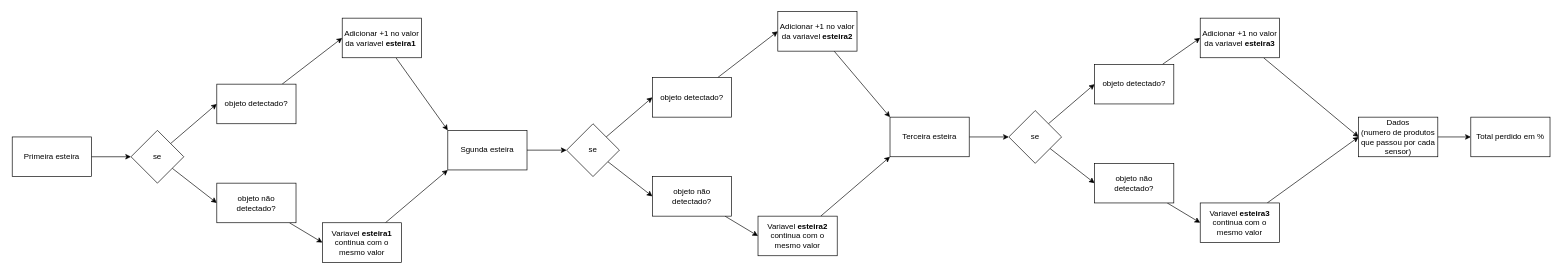
The draw.io diagram fluxograma/flux.drawio in othonkayque/controle-de-producao, before the edit. Source tidied: cells renumbered, new cells numbered last; positions are measured from the earlier drawing's top-left corner, leaving out a move shared by most shapes. Both pictures are drawn from the tidied source at 66%, with x=0, y=0 at pixel (12, 11).
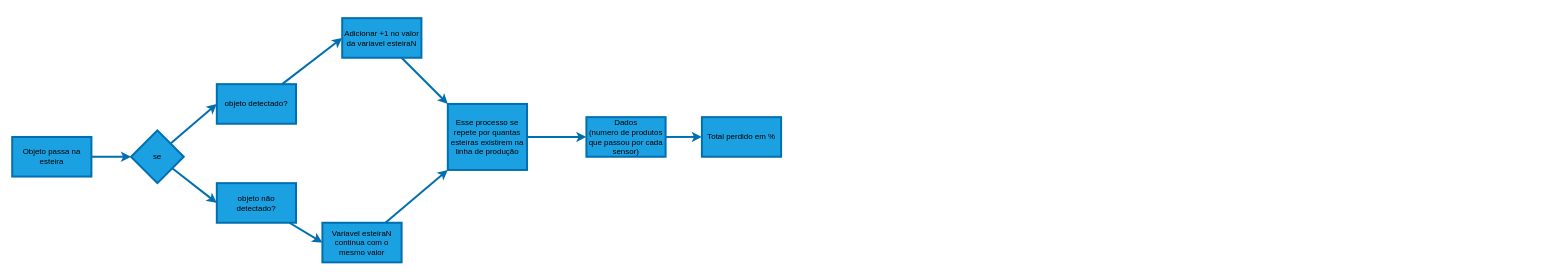
The same diagram, later.

The edit, as a diff of the source:
```diff
@@
-    <mxCell id="2" style="edgeStyle=none;html=1;entryX=0;entryY=0.5;entryDx=0;entryDy=0;rounded=0;" parent="1" edge="1" source="3" target="6">
+    <mxCell id="2" style="edgeStyle=none;entryX=0;entryY=0.5;entryDx=0;entryDy=0;rounded=0;strokeWidth=3;fillColor=#1ba1e2;strokeColor=#006EAF;textShadow=0;labelBorderColor=none;labelBackgroundColor=none;fontColor=default;html=1;" parent="1" edge="1" source="3" target="6">
       <mxGeometry relative="1" as="geometry" />
     </mxCell>
-    <mxCell id="3" value="Primeira esteira" style="whiteSpace=wrap;html=1;rounded=0;" parent="1" vertex="1">
+    <mxCell id="3" value="Objeto passa na esteira" style="rounded=0;strokeWidth=3;fillColor=#1ba1e2;strokeColor=#006EAF;fontColor=default;textShadow=0;labelBorderColor=none;labelBackgroundColor=none;whiteSpace=wrap;html=1;" parent="1" vertex="1">
       <mxGeometry y="190" width="120" height="60" as="geometry" />
     </mxCell>
-    <mxCell id="4" style="edgeStyle=none;html=1;entryX=0;entryY=0.5;entryDx=0;entryDy=0;rounded=0;" parent="1" edge="1" source="6" target="10">
+    <mxCell id="4" style="edgeStyle=none;entryX=0;entryY=0.5;entryDx=0;entryDy=0;rounded=0;strokeWidth=3;fillColor=#1ba1e2;strokeColor=#006EAF;textShadow=0;labelBorderColor=none;labelBackgroundColor=none;fontColor=default;html=1;" parent="1" edge="1" source="6" target="10">
       <mxGeometry relative="1" as="geometry" />
     </mxCell>
-    <mxCell id="5" style="edgeStyle=none;html=1;exitX=1;exitY=0;exitDx=0;exitDy=0;entryX=0;entryY=0.5;entryDx=0;entryDy=0;rounded=0;" parent="1" edge="1" source="6" target="8">
+    <mxCell id="5" style="edgeStyle=none;exitX=1;exitY=0;exitDx=0;exitDy=0;entryX=0;entryY=0.5;entryDx=0;entryDy=0;rounded=0;strokeWidth=3;fillColor=#1ba1e2;strokeColor=#006EAF;textShadow=0;labelBorderColor=none;labelBackgroundColor=none;fontColor=default;html=1;" parent="1" edge="1" source="6" target="8">
       <mxGeometry relative="1" as="geometry" />
     </mxCell>
-    <mxCell id="6" value="se" style="rhombus;whiteSpace=wrap;html=1;rounded=0;" parent="1" vertex="1">
+    <mxCell id="6" value="se" style="rhombus;rounded=0;strokeWidth=3;fillColor=#1ba1e2;strokeColor=#006EAF;fontColor=default;textShadow=0;labelBorderColor=none;labelBackgroundColor=none;whiteSpace=wrap;html=1;" parent="1" vertex="1">
       <mxGeometry x="180" y="180" width="80" height="80" as="geometry" />
     </mxCell>
-    <mxCell id="7" style="edgeStyle=none;html=1;entryX=0;entryY=0.5;entryDx=0;entryDy=0;rounded=0;" parent="1" edge="1" source="8" target="12">
+    <mxCell id="7" style="edgeStyle=none;entryX=0;entryY=0.5;entryDx=0;entryDy=0;rounded=0;strokeWidth=3;fillColor=#1ba1e2;strokeColor=#006EAF;textShadow=0;labelBorderColor=none;labelBackgroundColor=none;fontColor=default;html=1;" parent="1" edge="1" source="8" target="12">
       <mxGeometry relative="1" as="geometry" />
     </mxCell>
-    <mxCell id="8" value="objeto detectado?" style="whiteSpace=wrap;html=1;rounded=0;" parent="1" vertex="1">
+    <mxCell id="8" value="objeto detectado?" style="rounded=0;strokeWidth=3;fillColor=#1ba1e2;strokeColor=#006EAF;fontColor=default;textShadow=0;labelBorderColor=none;labelBackgroundColor=none;whiteSpace=wrap;html=1;" parent="1" vertex="1">
       <mxGeometry x="310" y="110" width="120" height="60" as="geometry" />
     </mxCell>
-    <mxCell id="9" style="edgeStyle=none;html=1;entryX=0;entryY=0.5;entryDx=0;entryDy=0;rounded=0;" parent="1" edge="1" source="10" target="14">
+    <mxCell id="9" style="edgeStyle=none;entryX=0;entryY=0.5;entryDx=0;entryDy=0;rounded=0;strokeWidth=3;fillColor=#1ba1e2;strokeColor=#006EAF;textShadow=0;labelBorderColor=none;labelBackgroundColor=none;fontColor=default;html=1;" parent="1" edge="1" source="10" target="14">
       <mxGeometry relative="1" as="geometry" />
     </mxCell>
-    <mxCell id="10" value="objeto não detectado?" style="whiteSpace=wrap;html=1;rounded=0;" parent="1" vertex="1">
+    <mxCell id="10" value="objeto não detectado?" style="rounded=0;strokeWidth=3;fillColor=#1ba1e2;strokeColor=#006EAF;fontColor=default;textShadow=0;labelBorderColor=none;labelBackgroundColor=none;whiteSpace=wrap;html=1;" parent="1" vertex="1">
       <mxGeometry x="310" y="260" width="120" height="60" as="geometry" />
     </mxCell>
-    <mxCell id="11" style="edgeStyle=none;html=1;entryX=0;entryY=0;entryDx=0;entryDy=0;rounded=0;" parent="1" edge="1" source="12" target="16">
+    <mxCell id="11" style="edgeStyle=none;entryX=0;entryY=0;entryDx=0;entryDy=0;rounded=0;strokeWidth=3;fillColor=#1ba1e2;strokeColor=#006EAF;textShadow=0;labelBorderColor=none;labelBackgroundColor=none;fontColor=default;html=1;" parent="1" edge="1" source="12" target="16">
       <mxGeometry relative="1" as="geometry" />
     </mxCell>
-    <mxCell id="12" value="Adicionar +1 no valor da variavel &lt;b&gt;esteira1&amp;nbsp;&lt;/b&gt;" style="whiteSpace=wrap;html=1;rounded=0;" parent="1" vertex="1">
+    <mxCell id="12" value="Adicionar +1 no valor da variavel esteiraN" style="rounded=0;strokeWidth=3;fillColor=#1ba1e2;strokeColor=#006EAF;fontColor=default;textShadow=0;labelBorderColor=none;labelBackgroundColor=none;whiteSpace=wrap;html=1;" parent="1" vertex="1">
       <mxGeometry x="500" y="10" width="120" height="60" as="geometry" />
     </mxCell>
-    <mxCell id="13" style="edgeStyle=none;html=1;entryX=0;entryY=1;entryDx=0;entryDy=0;rounded=0;" parent="1" edge="1" source="14" target="16">
+    <mxCell id="13" style="edgeStyle=none;entryX=0;entryY=1;entryDx=0;entryDy=0;rounded=0;strokeWidth=3;fillColor=#1ba1e2;strokeColor=#006EAF;textShadow=0;labelBorderColor=none;labelBackgroundColor=none;fontColor=default;html=1;" parent="1" edge="1" source="14" target="16">
       <mxGeometry relative="1" as="geometry" />
     </mxCell>
-    <mxCell id="14" value="Variavel &lt;b&gt;esteira1 &lt;/b&gt;continua com o mesmo valor" style="whiteSpace=wrap;html=1;rounded=0;" parent="1" vertex="1">
+    <mxCell id="14" value="Variavel esteiraN continua com o mesmo valor" style="rounded=0;strokeWidth=3;fillColor=#1ba1e2;strokeColor=#006EAF;fontColor=default;textShadow=0;labelBorderColor=none;labelBackgroundColor=none;whiteSpace=wrap;html=1;" parent="1" vertex="1">
       <mxGeometry x="470" y="320" width="120" height="60" as="geometry" />
     </mxCell>
-    <mxCell id="15" style="edgeStyle=none;html=1;entryX=0;entryY=0.5;entryDx=0;entryDy=0;rounded=0;" parent="1" edge="1" source="16" target="19">
-      <mxGeometry relative="1" as="geometry" />
-    </mxCell>
+    <mxCell id="44" style="edgeStyle=none;entryX=0;entryY=0.5;entryDx=0;entryDy=0;strokeWidth=3;fillColor=#1ba1e2;strokeColor=#006EAF;textShadow=0;labelBorderColor=none;labelBackgroundColor=none;fontColor=default;html=1;" parent="1" edge="1" source="16" target="42">
+      <mxGeometry relative="1" as="geometry" />
+    </mxCell>
-    <mxCell id="16" value="Sgunda esteira" style="whiteSpace=wrap;html=1;rounded=0;" parent="1" vertex="1">
-      <mxGeometry x="660" y="180" width="120" height="60" as="geometry" />
+    <mxCell id="16" value="Esse processo se repete por quantas esteiras existirem na linha de produção" style="rounded=0;strokeWidth=3;fillColor=#1ba1e2;strokeColor=#006EAF;fontColor=default;textShadow=0;labelBorderColor=none;labelBackgroundColor=none;whiteSpace=wrap;html=1;" parent="1" vertex="1">
+      <mxGeometry x="660" y="140" width="120" height="100" as="geometry" />
     </mxCell>
-    <mxCell id="17" style="edgeStyle=none;html=1;entryX=0;entryY=0.5;entryDx=0;entryDy=0;rounded=0;" parent="1" edge="1" source="19" target="23">
-      <mxGeometry relative="1" as="geometry" />
-    </mxCell>
-    <mxCell id="18" style="edgeStyle=none;html=1;exitX=1;exitY=0;exitDx=0;exitDy=0;entryX=0;entryY=0.5;entryDx=0;entryDy=0;rounded=0;" parent="1" edge="1" source="19" target="21">
-      <mxGeometry relative="1" as="geometry" />
-    </mxCell>
-    <mxCell id="19" value="se" style="rhombus;whiteSpace=wrap;html=1;rounded=0;" parent="1" vertex="1">
-      <mxGeometry x="840" y="170" width="80" height="80" as="geometry" />
-    </mxCell>
-    <mxCell id="20" style="edgeStyle=none;html=1;entryX=0;entryY=0.5;entryDx=0;entryDy=0;rounded=0;" parent="1" edge="1" source="21" target="25">
-      <mxGeometry relative="1" as="geometry" />
-    </mxCell>
-    <mxCell id="21" value="objeto detectado?" style="whiteSpace=wrap;html=1;rounded=0;" parent="1" vertex="1">
-      <mxGeometry x="970" y="100" width="120" height="60" as="geometry" />
-    </mxCell>
-    <mxCell id="22" style="edgeStyle=none;html=1;entryX=0;entryY=0.5;entryDx=0;entryDy=0;rounded=0;" parent="1" edge="1" source="23" target="27">
-      <mxGeometry relative="1" as="geometry" />
-    </mxCell>
-    <mxCell id="23" value="objeto não detectado?" style="whiteSpace=wrap;html=1;rounded=0;" parent="1" vertex="1">
-      <mxGeometry x="970" y="250" width="120" height="60" as="geometry" />
-    </mxCell>
-    <mxCell id="24" style="edgeStyle=none;html=1;entryX=0;entryY=0;entryDx=0;entryDy=0;rounded=0;" parent="1" edge="1" source="25" target="29">
-      <mxGeometry relative="1" as="geometry" />
-    </mxCell>
-    <mxCell id="25" value="Adicionar +1 no valor da variavel &lt;b&gt;esteira2&lt;/b&gt;" style="whiteSpace=wrap;html=1;rounded=0;" parent="1" vertex="1">
-      <mxGeometry x="1160" width="120" height="60" as="geometry" />
-    </mxCell>
-    <mxCell id="26" style="edgeStyle=none;html=1;entryX=0;entryY=1;entryDx=0;entryDy=0;rounded=0;" parent="1" edge="1" source="27" target="29">
-      <mxGeometry relative="1" as="geometry" />
-    </mxCell>
-    <mxCell id="27" value="Variavel &lt;b&gt;esteira2 &lt;/b&gt;continua com o mesmo valor" style="whiteSpace=wrap;html=1;rounded=0;" parent="1" vertex="1">
-      <mxGeometry x="1130" y="310" width="120" height="60" as="geometry" />
-    </mxCell>
-    <mxCell id="28" style="edgeStyle=none;html=1;entryX=0;entryY=0.5;entryDx=0;entryDy=0;rounded=0;" parent="1" edge="1" source="29" target="32">
-      <mxGeometry relative="1" as="geometry" />
-    </mxCell>
-    <mxCell id="29" value="Terceira esteira" style="whiteSpace=wrap;html=1;rounded=0;" parent="1" vertex="1">
-      <mxGeometry x="1330" y="160" width="120" height="60" as="geometry" />
-    </mxCell>
-    <mxCell id="30" style="edgeStyle=none;html=1;entryX=0;entryY=0.5;entryDx=0;entryDy=0;rounded=0;" parent="1" edge="1" source="32" target="36">
-      <mxGeometry relative="1" as="geometry" />
-    </mxCell>
-    <mxCell id="31" style="edgeStyle=none;html=1;exitX=1;exitY=0;exitDx=0;exitDy=0;entryX=0;entryY=0.5;entryDx=0;entryDy=0;rounded=0;" parent="1" edge="1" source="32" target="34">
-      <mxGeometry relative="1" as="geometry" />
-    </mxCell>
-    <mxCell id="32" value="se" style="rhombus;whiteSpace=wrap;html=1;rounded=0;" parent="1" vertex="1">
-      <mxGeometry x="1510" y="150" width="80" height="80" as="geometry" />
-    </mxCell>
-    <mxCell id="33" style="edgeStyle=none;html=1;entryX=0;entryY=0.5;entryDx=0;entryDy=0;rounded=0;" parent="1" edge="1" source="34" target="38">
-      <mxGeometry relative="1" as="geometry" />
-    </mxCell>
-    <mxCell id="34" value="objeto detectado?" style="whiteSpace=wrap;html=1;rounded=0;" parent="1" vertex="1">
-      <mxGeometry x="1640" y="80" width="120" height="60" as="geometry" />
-    </mxCell>
-    <mxCell id="35" style="edgeStyle=none;html=1;entryX=0;entryY=0.5;entryDx=0;entryDy=0;rounded=0;" parent="1" edge="1" source="36" target="40">
-      <mxGeometry relative="1" as="geometry" />
-    </mxCell>
-    <mxCell id="36" value="objeto não detectado?" style="whiteSpace=wrap;html=1;rounded=0;" parent="1" vertex="1">
-      <mxGeometry x="1640" y="230" width="120" height="60" as="geometry" />
-    </mxCell>
-    <mxCell id="37" style="edgeStyle=none;html=1;entryX=0;entryY=0.5;entryDx=0;entryDy=0;rounded=0;" parent="1" edge="1" source="38" target="42">
-      <mxGeometry relative="1" as="geometry" />
-    </mxCell>
-    <mxCell id="38" value="Adicionar +1 no valor da variavel &lt;b&gt;esteira3&lt;/b&gt;" style="whiteSpace=wrap;html=1;rounded=0;" parent="1" vertex="1">
-      <mxGeometry x="1800" y="10" width="120" height="60" as="geometry" />
-    </mxCell>
-    <mxCell id="39" style="edgeStyle=none;html=1;entryX=0;entryY=0.5;entryDx=0;entryDy=0;rounded=0;" parent="1" edge="1" source="40" target="42">
-      <mxGeometry relative="1" as="geometry" />
-    </mxCell>
-    <mxCell id="40" value="Variavel &lt;b&gt;esteira3 &lt;/b&gt;continua com o mesmo valor" style="whiteSpace=wrap;html=1;rounded=0;" parent="1" vertex="1">
-      <mxGeometry x="1800" y="290" width="120" height="60" as="geometry" />
-    </mxCell>
-    <mxCell id="41" style="edgeStyle=none;html=1;entryX=0;entryY=0.5;entryDx=0;entryDy=0;rounded=0;" parent="1" edge="1" source="42" target="43">
+    <mxCell id="41" style="edgeStyle=none;entryX=0;entryY=0.5;entryDx=0;entryDy=0;rounded=0;strokeWidth=3;fillColor=#1ba1e2;strokeColor=#006EAF;textShadow=0;labelBorderColor=none;labelBackgroundColor=none;fontColor=default;html=1;" parent="1" edge="1" source="42" target="43">
       <mxGeometry relative="1" as="geometry" />
     </mxCell>
-    <mxCell id="42" value="Dados&lt;div&gt;(numero de produtos que passou por cada sensor)&lt;/div&gt;" style="whiteSpace=wrap;html=1;rounded=0;" parent="1" vertex="1">
-      <mxGeometry x="2040" y="160" width="120" height="60" as="geometry" />
+    <mxCell id="42" value="Dados&lt;br&gt;(numero de produtos que passou por cada sensor)" style="rounded=0;strokeWidth=3;fillColor=#1ba1e2;strokeColor=#006EAF;fontColor=default;textShadow=0;labelBorderColor=none;labelBackgroundColor=none;whiteSpace=wrap;html=1;" parent="1" vertex="1">
+      <mxGeometry x="870" y="160" width="120" height="60" as="geometry" />
     </mxCell>
-    <mxCell id="43" value="Total perdido em %" style="whiteSpace=wrap;html=1;rounded=0;" parent="1" vertex="1">
-      <mxGeometry x="2210" y="160" width="120" height="60" as="geometry" />
+    <mxCell id="43" value="Total perdido em %" style="rounded=0;strokeWidth=3;fillColor=#1ba1e2;strokeColor=#006EAF;fontColor=default;textShadow=0;labelBorderColor=none;labelBackgroundColor=none;whiteSpace=wrap;html=1;" parent="1" vertex="1">
+      <mxGeometry x="1045" y="160" width="120" height="60" as="geometry" />
     </mxCell>
```
